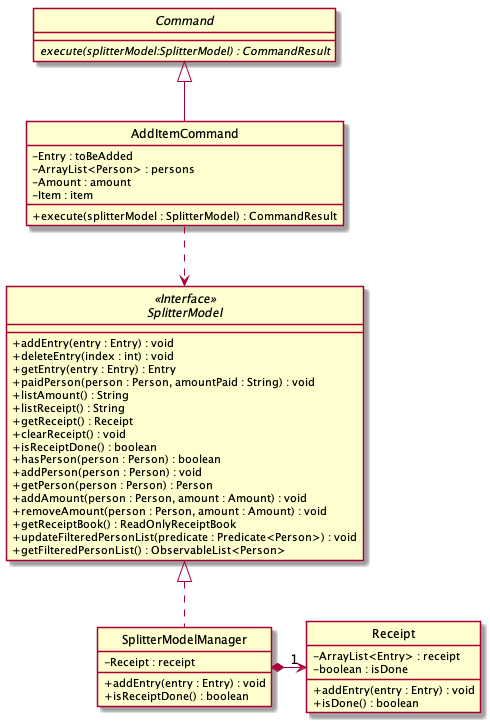
The PlantUML diagram images/ExpenseSplitterAddItemCommandClassDiagram.png in AY1920S2-CS2103T-W13-1/main, before a commit.
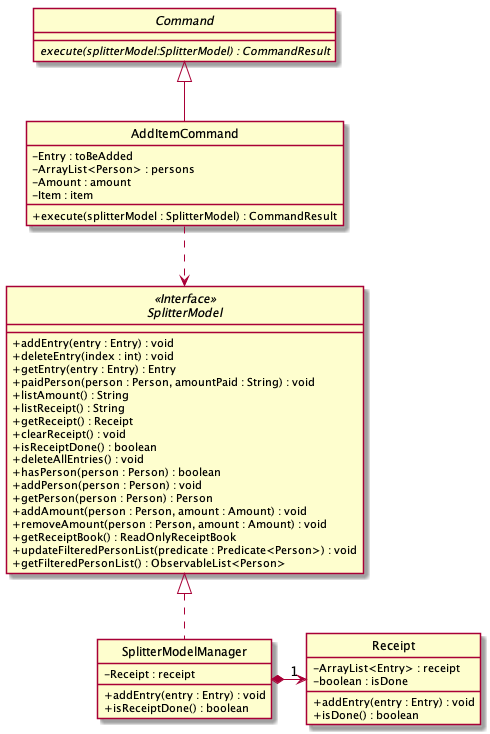
The same diagram one commit later.

The edit, as a diff of the source:
```diff
@@ -29,6 +29,7 @@
     + getReceipt() : Receipt
     + clearReceipt() : void
     + isReceiptDone() : boolean
+    + deleteAllEntries() : void
     + hasPerson(person : Person) : boolean
     + addPerson(person : Person) : void
     + getPerson(person : Person) : Person
@@ -38,6 +39,7 @@
     + updateFilteredPersonList(predicate : Predicate<Person>) : void
     + getFilteredPersonList() : ObservableList<Person>
 }
+
 
 class SplitterModelManager implements SplitterModel {
     - Receipt : receipt
```
